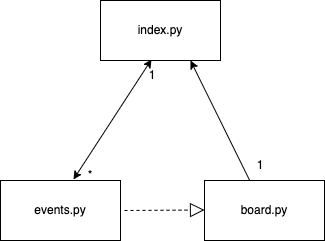
Before: dokumentaatio/pictures/luokkakaavio.png, a diagram exported from draw.io (savalre/ot-harjoitustyo). Source tidied: cells renumbered, new cells last; positions are measured from the earlier drawing's top-left corner, leaving out a move shared by most shapes. Its diagram source:
```xml
<mxGraphModel>
  <root>
    <mxCell id="0" />
    <mxCell id="1" parent="0" />
    <mxCell id="2" value="index.py" style="rounded=0;whiteSpace=wrap;html=1;" parent="1" vertex="1">
      <mxGeometry x="100" width="120" height="60" as="geometry" />
    </mxCell>
    <mxCell id="3" value="events.py" style="rounded=0;whiteSpace=wrap;html=1;" parent="1" vertex="1">
      <mxGeometry y="180" width="120" height="60" as="geometry" />
    </mxCell>
    <mxCell id="4" value="board.py" style="rounded=0;whiteSpace=wrap;html=1;" parent="1" vertex="1">
      <mxGeometry x="204" y="180" width="120" height="60" as="geometry" />
    </mxCell>
    <mxCell id="5" style="endArrow=block;dashed=1;endFill=0;endSize=12;html=1;rounded=0;" parent="1" edge="1">
      <mxGeometry relative="1" as="geometry">
        <mxPoint x="124" y="210" as="sourcePoint" />
        <mxPoint x="204" y="209.5" as="targetPoint" />
      </mxGeometry>
    </mxCell>
    <mxCell id="6" style="endArrow=classic;startArrow=classic;html=1;rounded=0;exitX=0.608;exitY=-0.017;exitDx=0;exitDy=0;exitPerimeter=0;entryX=0.425;entryY=0.983;entryDx=0;entryDy=0;entryPerimeter=0;" parent="1" edge="1" source="3" target="2">
      <mxGeometry relative="1" as="geometry" />
    </mxCell>
    <mxCell id="7" value="1" style="text;html=1;strokeColor=none;fillColor=none;align=center;verticalAlign=middle;whiteSpace=wrap;rounded=0;" parent="1" vertex="1">
      <mxGeometry x="230" y="150" width="60" height="30" as="geometry" />
    </mxCell>
    <mxCell id="8" value="1" style="text;html=1;strokeColor=none;fillColor=none;align=center;verticalAlign=middle;whiteSpace=wrap;rounded=0;" parent="1" vertex="1">
      <mxGeometry x="134" y="60" width="36" height="30" as="geometry" />
    </mxCell>
    <mxCell id="9" value="*" style="text;html=1;strokeColor=none;fillColor=none;align=center;verticalAlign=middle;whiteSpace=wrap;rounded=0;" parent="1" vertex="1">
      <mxGeometry x="60" y="160" width="60" height="30" as="geometry" />
    </mxCell>
    <mxCell id="10" style="endArrow=classic;html=1;rounded=0;entryX=0.75;entryY=1;entryDx=0;entryDy=0;" parent="1" edge="1" source="4" target="2">
      <mxGeometry relative="1" as="geometry" />
    </mxCell>
  </root>
</mxGraphModel>
```
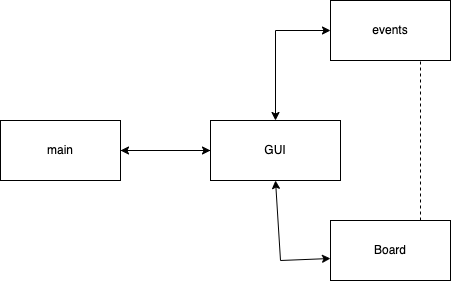
Later version of the same file.

Diff of the diagram source:
```diff
@@ -2,35 +2,40 @@
   <root>
     <mxCell id="0" />
     <mxCell id="1" parent="0" />
-    <mxCell id="2" value="index.py" style="rounded=0;whiteSpace=wrap;html=1;" parent="1" vertex="1">
-      <mxGeometry x="100" width="120" height="60" as="geometry" />
-    </mxCell>
-    <mxCell id="3" value="events.py" style="rounded=0;whiteSpace=wrap;html=1;" parent="1" vertex="1">
-      <mxGeometry y="180" width="120" height="60" as="geometry" />
-    </mxCell>
-    <mxCell id="4" value="board.py" style="rounded=0;whiteSpace=wrap;html=1;" parent="1" vertex="1">
-      <mxGeometry x="204" y="180" width="120" height="60" as="geometry" />
-    </mxCell>
-    <mxCell id="5" style="endArrow=block;dashed=1;endFill=0;endSize=12;html=1;rounded=0;" parent="1" edge="1">
-      <mxGeometry relative="1" as="geometry">
-        <mxPoint x="124" y="210" as="sourcePoint" />
-        <mxPoint x="204" y="209.5" as="targetPoint" />
-      </mxGeometry>
-    </mxCell>
-    <mxCell id="6" style="endArrow=classic;startArrow=classic;html=1;rounded=0;exitX=0.608;exitY=-0.017;exitDx=0;exitDy=0;exitPerimeter=0;entryX=0.425;entryY=0.983;entryDx=0;entryDy=0;entryPerimeter=0;" parent="1" edge="1" source="3" target="2">
-      <mxGeometry relative="1" as="geometry" />
-    </mxCell>
-    <mxCell id="7" value="1" style="text;html=1;strokeColor=none;fillColor=none;align=center;verticalAlign=middle;whiteSpace=wrap;rounded=0;" parent="1" vertex="1">
-      <mxGeometry x="230" y="150" width="60" height="30" as="geometry" />
-    </mxCell>
-    <mxCell id="8" value="1" style="text;html=1;strokeColor=none;fillColor=none;align=center;verticalAlign=middle;whiteSpace=wrap;rounded=0;" parent="1" vertex="1">
-      <mxGeometry x="134" y="60" width="36" height="30" as="geometry" />
-    </mxCell>
-    <mxCell id="9" value="*" style="text;html=1;strokeColor=none;fillColor=none;align=center;verticalAlign=middle;whiteSpace=wrap;rounded=0;" parent="1" vertex="1">
-      <mxGeometry x="60" y="160" width="60" height="30" as="geometry" />
-    </mxCell>
-    <mxCell id="10" style="endArrow=classic;html=1;rounded=0;entryX=0.75;entryY=1;entryDx=0;entryDy=0;" parent="1" edge="1" source="4" target="2">
-      <mxGeometry relative="1" as="geometry" />
-    </mxCell>
+    <mxCell id="11" style="edgeStyle=orthogonalEdgeStyle;rounded=0;jettySize=auto;html=1;entryX=0;entryY=0.5;entryDx=0;entryDy=0;" parent="1" edge="1" source="12" target="14">
+      <mxGeometry relative="1" as="geometry" />
+    </mxCell>
+    <mxCell id="12" value="main" style="rounded=0;whiteSpace=wrap;html=1;" parent="1" vertex="1">
+      <mxGeometry x="-100" y="120" width="120" height="60" as="geometry" />
+    </mxCell>
+    <mxCell id="13" style="edgeStyle=orthogonalEdgeStyle;rounded=0;jettySize=auto;html=1;" parent="1" edge="1" source="14" target="12">
+      <mxGeometry relative="1" as="geometry" />
+    </mxCell>
+    <mxCell id="14" value="GUI" style="rounded=0;whiteSpace=wrap;html=1;" parent="1" vertex="1">
+      <mxGeometry x="110" y="120" width="130" height="60" as="geometry" />
+    </mxCell>
+    <mxCell id="15" value="Board" style="rounded=0;whiteSpace=wrap;html=1;" parent="1" vertex="1">
+      <mxGeometry x="230" y="220" width="120" height="60" as="geometry" />
+    </mxCell>
+    <mxCell id="16" value="events" style="rounded=0;whiteSpace=wrap;html=1;" parent="1" vertex="1">
+      <mxGeometry x="230" width="120" height="60" as="geometry" />
+    </mxCell>
+    <mxCell id="17" style="endArrow=none;dashed=1;html=1;rounded=0;entryX=0.75;entryY=1;entryDx=0;entryDy=0;exitX=0.75;exitY=0;exitDx=0;exitDy=0;" parent="1" edge="1" source="15" target="16">
+      <mxGeometry relative="1" as="geometry" />
+    </mxCell>
+    <mxCell id="18" style="endArrow=classic;startArrow=classic;html=1;rounded=0;exitX=0.5;exitY=0;exitDx=0;exitDy=0;entryX=0;entryY=0.5;entryDx=0;entryDy=0;" parent="1" edge="1" source="14" target="16">
+      <mxGeometry relative="1" as="geometry">
+        <Array as="points">
+          <mxPoint x="175" y="30" />
+        </Array>
+      </mxGeometry>
+    </mxCell>
+    <mxCell id="19" style="endArrow=classic;startArrow=classic;html=1;rounded=0;exitX=0.5;exitY=1;exitDx=0;exitDy=0;entryX=0;entryY=0.633;entryDx=0;entryDy=0;entryPerimeter=0;" parent="1" edge="1" source="14" target="15">
+      <mxGeometry relative="1" as="geometry">
+        <Array as="points">
+          <mxPoint x="180" y="260" />
+        </Array>
+      </mxGeometry>
+    </mxCell>
   </root>
 </mxGraphModel>
```
